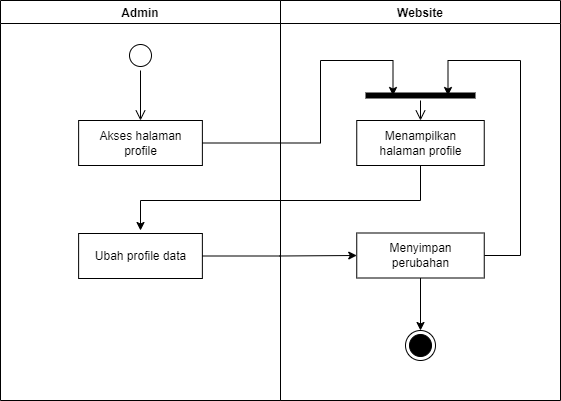
Earlier version of the draw.io export Diagram/activity_diagram/admin/admin pengaturan akun.drawio.png (secondline16/ptsuryasafetynusantara). Source tidied: cells renumbered, new cells last; positions are measured from the earlier drawing's top-left corner, leaving out a move shared by most shapes.
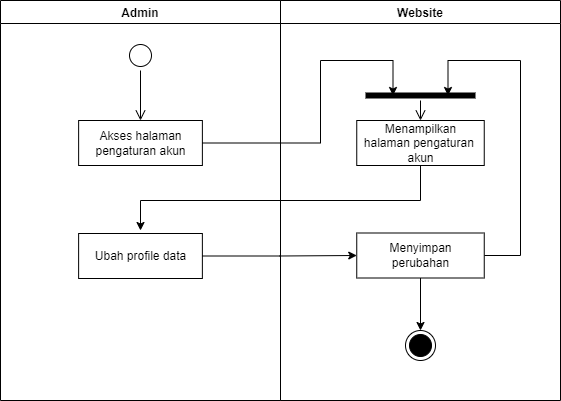
Later version of the same file.

Change to the diagram source:
```diff
@@ -5,7 +5,7 @@
     <mxCell id="2" value="Website" style="swimlane;fillColor=none;" parent="1" vertex="1">
       <mxGeometry x="280" width="280" height="400" as="geometry" />
     </mxCell>
-    <mxCell id="3" value="Menampilkan&lt;br&gt;halaman profile" style="html=1;strokeColor=#000000;fillColor=default;" parent="2" vertex="1">
+    <mxCell id="3" value="Menampilkan&lt;br&gt;halaman pengaturan &lt;br&gt;akun" style="html=1;strokeColor=#000000;fillColor=default;" parent="2" vertex="1">
       <mxGeometry x="76.2" y="120" width="127.5" height="45" as="geometry" />
     </mxCell>
     <mxCell id="4" style="ellipse;html=1;shape=endState;fillColor=#000000;strokeColor=#000000;" parent="2" vertex="1">
@@ -43,7 +43,7 @@
         <mxPoint x="140" y="120" as="targetPoint" />
       </mxGeometry>
     </mxCell>
-    <mxCell id="13" value="Akses halaman&lt;br&gt;profile" style="html=1;strokeColor=#000000;fillColor=default;" parent="10" vertex="1">
+    <mxCell id="13" value="Akses halaman&lt;br&gt;pengaturan akun" style="html=1;strokeColor=#000000;fillColor=default;" parent="10" vertex="1">
       <mxGeometry x="78.1" y="120" width="123.8" height="45" as="geometry" />
     </mxCell>
     <mxCell id="14" value="Ubah profile data" style="html=1;strokeColor=#000000;fillColor=default;" parent="10" vertex="1">
```
